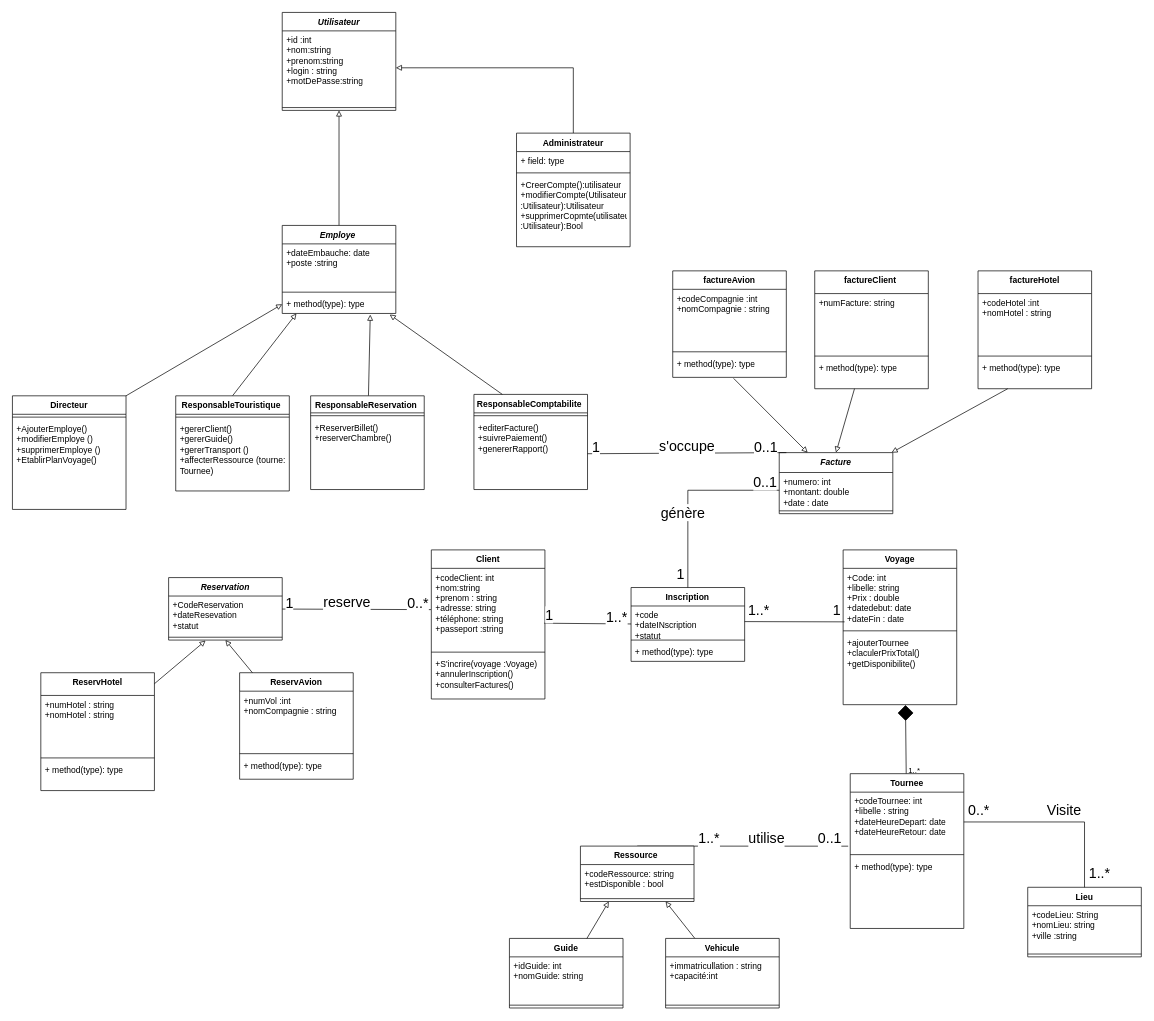
zeuss32/analyse-et-modelisation-lab1 keeps this draw.io diagram as page "TP4 Exo 2" (5 of 5) of Tp1 Analyse et modélisation.drawio. Above is the earlier version. Source tidied: cells renumbered, new cells numbered last; positions are measured from the earlier drawing's top-left corner, leaving out a move shared by most shapes. Both pictures are drawn from the tidied source at 71%, with x=0, y=0 at pixel (12, 12).
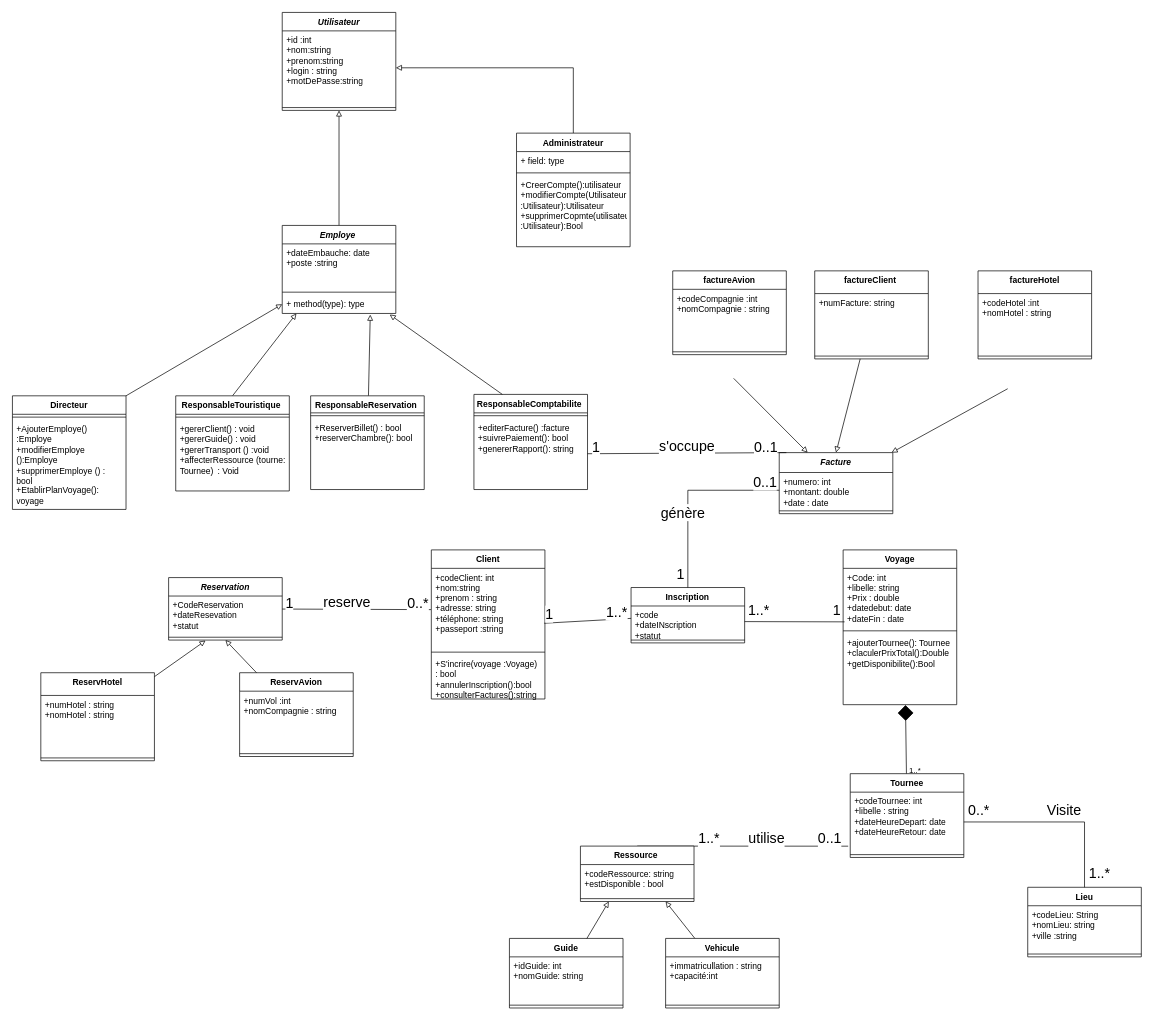
The same diagram, later.

Commit message (it also covers changes not shown here):
Mettre à jour Tp1 Analyse et modélisation.drawio

The change refers to these unchanged cells:
```xml
<mxCell id="6" value="Directeur" style="swimlane;fontStyle=1;align=center;verticalAlign=top;horizontal=1;startSize=26;whiteSpace=wrap;html=1;" parent="1" vertex="1">
  <mxGeometry y="540" width="160" height="160" as="geometry" />
</mxCell>
<mxCell id="10" value="ResponsableTouristique&amp;nbsp;" style="swimlane;fontStyle=1;align=center;verticalAlign=top;horizontal=1;startSize=26;whiteSpace=wrap;html=1;" parent="1" vertex="1">
  <mxGeometry x="230" y="540" width="160" height="134" as="geometry" />
</mxCell>
<mxCell id="14" value="ResponsableReservation&amp;nbsp;" style="swimlane;fontStyle=1;align=center;verticalAlign=top;horizontal=1;startSize=24;whiteSpace=wrap;html=1;" parent="1" vertex="1">
  <mxGeometry x="420" y="540" width="160" height="132" as="geometry" />
</mxCell>
<mxCell id="17" value="ResponsableComptabilite&amp;nbsp;" style="swimlane;fontStyle=1;align=center;verticalAlign=top;horizontal=1;startSize=26;whiteSpace=wrap;html=1;" parent="1" vertex="1">
  <mxGeometry x="650" y="538" width="160" height="134" as="geometry" />
</mxCell>
<mxCell id="26" value="&lt;i&gt;Facture&lt;/i&gt;" style="swimlane;fontStyle=1;align=center;verticalAlign=top;horizontal=1;startSize=28;whiteSpace=wrap;html=1;" parent="1" vertex="1">
  <mxGeometry x="1080" y="620" width="160" height="86" as="geometry" />
</mxCell>
<mxCell id="29" value="Client" style="swimlane;fontStyle=1;align=center;verticalAlign=top;horizontal=1;startSize=26;whiteSpace=wrap;html=1;" parent="1" vertex="1">
  <mxGeometry x="590" y="757" width="160" height="210" as="geometry" />
</mxCell>
<mxCell id="33" value="Voyage" style="swimlane;fontStyle=1;align=center;verticalAlign=top;horizontal=1;startSize=26;whiteSpace=wrap;html=1;" parent="1" vertex="1">
  <mxGeometry x="1170" y="757" width="160" height="218" as="geometry" />
</mxCell>
```

Change to the diagram source:
```diff
@@
-    <mxCell id="8" value="+AjouterEmploye()&amp;nbsp;&lt;div&gt;+modifierEmploye ()&amp;nbsp;&lt;/div&gt;&lt;div&gt;+supprimerEmploye ()&lt;/div&gt;&lt;div&gt;+EtablirPlanVoyage()&amp;nbsp;&lt;/div&gt;&lt;div&gt;&amp;nbsp;&lt;/div&gt;" style="text;strokeColor=none;fillColor=none;align=left;verticalAlign=top;spacingLeft=4;spacingRight=4;overflow=hidden;whiteSpace=wrap;html=1;" parent="6" vertex="1">
+    <mxCell id="8" value="+AjouterEmploye() :Employe&lt;div&gt;+modifierEmploye ():&lt;span style=&quot;background-color: transparent; color: light-dark(rgb(0, 0, 0), rgb(255, 255, 255));&quot;&gt;Employe&lt;/span&gt;&lt;span style=&quot;background-color: transparent; color: light-dark(rgb(0, 0, 0), rgb(255, 255, 255));&quot;&gt;&amp;nbsp;&lt;/span&gt;&lt;/div&gt;&lt;div&gt;+supprimerEmploye () : bool&lt;/div&gt;&lt;div&gt;+EtablirPlanVoyage(): voyage&amp;nbsp;&lt;/div&gt;&lt;div&gt;&amp;nbsp;&lt;/div&gt;" style="text;strokeColor=none;fillColor=none;align=left;verticalAlign=top;spacingLeft=4;spacingRight=4;overflow=hidden;whiteSpace=wrap;html=1;" parent="6" vertex="1">
       <mxGeometry y="34" width="160" height="126" as="geometry" />
     </mxCell>
@@
-    <mxCell id="12" value="+gererClient()&lt;br&gt;+gererGuide()&lt;div&gt;+gererTransport ()&lt;/div&gt;&lt;div&gt;+affecterRessource (tourne: Tournee)&lt;span style=&quot;white-space: pre;&quot;&gt;&#9;&lt;/span&gt;&lt;/div&gt;&lt;div&gt;&lt;br&gt;&lt;/div&gt;" style="text;strokeColor=none;fillColor=none;align=left;verticalAlign=top;spacingLeft=4;spacingRight=4;overflow=hidden;whiteSpace=wrap;html=1;" parent="10" vertex="1">
+    <mxCell id="12" value="+gererClient() : void&lt;br&gt;+gererGuide() : void&lt;div&gt;+gererTransport () :void&lt;/div&gt;&lt;div&gt;+affecterRessource (tourne: Tournee)&lt;span style=&quot;white-space: pre;&quot;&gt;&#9;&lt;/span&gt;: Void&lt;/div&gt;&lt;div&gt;&lt;br&gt;&lt;/div&gt;" style="text;strokeColor=none;fillColor=none;align=left;verticalAlign=top;spacingLeft=4;spacingRight=4;overflow=hidden;whiteSpace=wrap;html=1;" parent="10" vertex="1">
       <mxGeometry y="34" width="160" height="100" as="geometry" />
     </mxCell>
@@
-    <mxCell id="16" value="+ReserverBillet()&lt;div&gt;+reserverChambre&lt;span style=&quot;background-color: transparent; color: light-dark(rgb(0, 0, 0), rgb(255, 255, 255));&quot;&gt;()&lt;/span&gt;&lt;/div&gt;&lt;div&gt;&lt;span style=&quot;background-color: transparent; color: light-dark(rgb(0, 0, 0), rgb(255, 255, 255));&quot;&gt;&lt;br&gt;&lt;/span&gt;&lt;/div&gt;" style="text;strokeColor=none;fillColor=none;align=left;verticalAlign=top;spacingLeft=4;spacingRight=4;overflow=hidden;whiteSpace=wrap;html=1;" parent="14" vertex="1">
+    <mxCell id="16" value="+ReserverBillet() : bool&lt;div&gt;+reserverChambre&lt;span style=&quot;background-color: transparent; color: light-dark(rgb(0, 0, 0), rgb(255, 255, 255));&quot;&gt;(): bool&lt;/span&gt;&lt;/div&gt;&lt;div&gt;&lt;span style=&quot;background-color: transparent; color: light-dark(rgb(0, 0, 0), rgb(255, 255, 255));&quot;&gt;&lt;br&gt;&lt;/span&gt;&lt;/div&gt;" style="text;strokeColor=none;fillColor=none;align=left;verticalAlign=top;spacingLeft=4;spacingRight=4;overflow=hidden;whiteSpace=wrap;html=1;" parent="14" vertex="1">
       <mxGeometry y="32" width="160" height="100" as="geometry" />
     </mxCell>
@@
-    <mxCell id="19" value="+editerFacture()&lt;div&gt;+suivrePaiement()&lt;/div&gt;&lt;div&gt;+genererRapport()&lt;/div&gt;" style="text;strokeColor=none;fillColor=none;align=left;verticalAlign=top;spacingLeft=4;spacingRight=4;overflow=hidden;points=[[0,0.5],[1,0.5]];portConstraint=eastwest;whiteSpace=wrap;html=1;" parent="17" vertex="1">
+    <mxCell id="19" value="+editerFacture() :facture&amp;nbsp;&lt;div&gt;+suivrePaiement(): bool&lt;/div&gt;&lt;div&gt;+genererRapport(): string&lt;/div&gt;" style="text;strokeColor=none;fillColor=none;align=left;verticalAlign=top;spacingLeft=4;spacingRight=4;overflow=hidden;points=[[0,0.5],[1,0.5]];portConstraint=eastwest;whiteSpace=wrap;html=1;" parent="17" vertex="1">
       <mxGeometry y="34" width="160" height="100" as="geometry" />
     </mxCell>
@@
-    <mxCell id="25" style="rounded=0;jettySize=auto;html=1;endArrow=block;endFill=0;" parent="1" edge="1" source="63" target="26">
-      <mxGeometry relative="1" as="geometry" />
+    <mxCell id="25" style="rounded=0;jettySize=auto;html=1;endArrow=block;endFill=0;" parent="1" edge="1" target="26">
+      <mxGeometry relative="1" as="geometry">
+        <mxPoint x="1401.8" y="530" as="sourcePoint" />
+      </mxGeometry>
     </mxCell>
@@
-    <mxCell id="32" value="+S'incrire(voyage :Voyage)&amp;nbsp;&lt;div&gt;+annulerInscription()&lt;/div&gt;&lt;div&gt;+consulterFactures()&lt;/div&gt;" style="text;strokeColor=none;fillColor=none;align=left;verticalAlign=top;spacingLeft=4;spacingRight=4;overflow=hidden;whiteSpace=wrap;html=1;" parent="29" vertex="1">
+    <mxCell id="32" value="+S'incrire(voyage :Voyage) : bool&amp;nbsp;&lt;div&gt;+annulerInscription():bool&lt;/div&gt;&lt;div&gt;+consulterFactures():string&lt;/div&gt;" style="text;strokeColor=none;fillColor=none;align=left;verticalAlign=top;spacingLeft=4;spacingRight=4;overflow=hidden;whiteSpace=wrap;html=1;" parent="29" vertex="1">
       <mxGeometry y="148" width="160" height="62" as="geometry" />
     </mxCell>
@@
-    <mxCell id="36" value="+ajouterTournee&lt;div&gt;+claculerPrixTotal()&lt;/div&gt;&lt;div&gt;+getDisponibilite()&lt;/div&gt;&lt;div&gt;&lt;br&gt;&lt;/div&gt;" style="text;strokeColor=none;fillColor=none;align=left;verticalAlign=top;spacingLeft=4;spacingRight=4;overflow=hidden;points=[[0,0.5],[1,0.5]];portConstraint=eastwest;whiteSpace=wrap;html=1;" parent="33" vertex="1">
+    <mxCell id="36" value="+ajouterTournee(): Tournee&lt;div&gt;+claculerPrixTotal():Double&lt;/div&gt;&lt;div&gt;+getDisponibilite():Bool&lt;/div&gt;&lt;div&gt;&lt;br&gt;&lt;/div&gt;" style="text;strokeColor=none;fillColor=none;align=left;verticalAlign=top;spacingLeft=4;spacingRight=4;overflow=hidden;points=[[0,0.5],[1,0.5]];portConstraint=eastwest;whiteSpace=wrap;html=1;" parent="33" vertex="1">
       <mxGeometry y="118" width="160" height="100" as="geometry" />
     </mxCell>
@@
     <mxCell id="39" value="Tournee" style="swimlane;fontStyle=1;align=center;verticalAlign=top;horizontal=1;startSize=26;whiteSpace=wrap;html=1;" parent="1" vertex="1">
-      <mxGeometry x="1180" y="1072.2" width="160" height="218" as="geometry" />
+      <mxGeometry x="1180" y="1072.2" width="160" height="118" as="geometry" />
     </mxCell>
@@
-    <mxCell id="42" value="+ method(type): type" style="text;strokeColor=none;fillColor=none;align=left;verticalAlign=top;spacingLeft=4;spacingRight=4;overflow=hidden;whiteSpace=wrap;html=1;" parent="39" vertex="1">
-      <mxGeometry y="118" width="160" height="100" as="geometry" />
-    </mxCell>
@@
     <mxCell id="56" value="factureAvion" style="swimlane;fontStyle=1;align=center;verticalAlign=top;horizontal=1;startSize=26;whiteSpace=wrap;html=1;" parent="1" vertex="1">
-      <mxGeometry x="930" y="364" width="160" height="150" as="geometry" />
+      <mxGeometry x="930" y="364" width="160" height="118" as="geometry" />
     </mxCell>
@@
-    <mxCell id="59" value="+ method(type): type" style="text;strokeColor=none;fillColor=none;align=left;verticalAlign=top;spacingLeft=4;spacingRight=4;overflow=hidden;points=[[0,0.5],[1,0.5]];portConstraint=eastwest;whiteSpace=wrap;html=1;" parent="56" vertex="1">
-      <mxGeometry y="118" width="160" height="32" as="geometry" />
-    </mxCell>
     <mxCell id="60" value="&lt;div&gt;&lt;span style=&quot;background-color: transparent; color: light-dark(rgb(0, 0, 0), rgb(255, 255, 255));&quot;&gt;factureHotel&lt;/span&gt;&lt;/div&gt;" style="swimlane;fontStyle=1;align=center;verticalAlign=top;horizontal=1;startSize=32;whiteSpace=wrap;html=1;" parent="1" vertex="1">
-      <mxGeometry x="1360" y="364" width="160" height="166" as="geometry" />
+      <mxGeometry x="1360" y="364" width="160" height="124" as="geometry" />
     </mxCell>
@@
-    <mxCell id="63" value="+ method(type): type" style="text;strokeColor=none;fillColor=none;align=left;verticalAlign=top;spacingLeft=4;spacingRight=4;overflow=hidden;points=[[0,0.5],[1,0.5]];portConstraint=eastwest;whiteSpace=wrap;html=1;" parent="60" vertex="1">
-      <mxGeometry y="124" width="160" height="42" as="geometry" />
-    </mxCell>
@@
     <mxCell id="74" value="Inscription" style="swimlane;fontStyle=1;align=center;verticalAlign=top;horizontal=1;startSize=26;whiteSpace=wrap;html=1;" parent="1" vertex="1">
-      <mxGeometry x="871.3" y="810" width="160" height="104" as="geometry" />
+      <mxGeometry x="871.3" y="810" width="160" height="78" as="geometry" />
     </mxCell>
@@
-    <mxCell id="77" value="+ method(type): type" style="text;strokeColor=none;fillColor=none;align=left;verticalAlign=top;spacingLeft=4;spacingRight=4;overflow=hidden;whiteSpace=wrap;html=1;" parent="74" vertex="1">
-      <mxGeometry y="78" width="160" height="26" as="geometry" />
-    </mxCell>
@@
-    <mxCell id="82" style="rounded=0;jettySize=auto;html=1;entryX=0.25;entryY=0;entryDx=0;entryDy=0;exitX=0.536;exitY=1.045;exitDx=0;exitDy=0;endArrow=block;endFill=0;exitPerimeter=0;" parent="1" edge="1" source="59" target="26">
-      <mxGeometry relative="1" as="geometry" />
+    <mxCell id="82" style="rounded=0;jettySize=auto;html=1;entryX=0.25;entryY=0;entryDx=0;entryDy=0;exitX=0.536;exitY=1.045;exitDx=0;exitDy=0;endArrow=block;endFill=0;exitPerimeter=0;" parent="1" edge="1" target="26">
+      <mxGeometry relative="1" as="geometry">
+        <mxPoint x="1015.8" y="515.4" as="sourcePoint" />
+      </mxGeometry>
     </mxCell>
@@
     <mxCell id="98" value="&lt;div&gt;&lt;span style=&quot;background-color: transparent; color: light-dark(rgb(0, 0, 0), rgb(255, 255, 255));&quot;&gt;ReservHotel&lt;/span&gt;&lt;/div&gt;" style="swimlane;fontStyle=1;align=center;verticalAlign=top;horizontal=1;startSize=32;whiteSpace=wrap;html=1;" parent="1" vertex="1">
-      <mxGeometry x="40" y="930" width="160" height="166" as="geometry" />
+      <mxGeometry x="40" y="930" width="160" height="124" as="geometry" />
     </mxCell>
@@
-    <mxCell id="101" value="+ method(type): type" style="text;strokeColor=none;fillColor=none;align=left;verticalAlign=top;spacingLeft=4;spacingRight=4;overflow=hidden;whiteSpace=wrap;html=1;" parent="98" vertex="1">
-      <mxGeometry y="124" width="160" height="42" as="geometry" />
-    </mxCell>
     <mxCell id="102" value="ReservAvion" style="swimlane;fontStyle=1;align=center;verticalAlign=top;horizontal=1;startSize=26;whiteSpace=wrap;html=1;" parent="1" vertex="1">
-      <mxGeometry x="320" y="930" width="160" height="150" as="geometry" />
+      <mxGeometry x="320" y="930" width="160" height="118" as="geometry" />
     </mxCell>
@@
-    <mxCell id="105" value="+ method(type): type" style="text;strokeColor=none;fillColor=none;align=left;verticalAlign=top;spacingLeft=4;spacingRight=4;overflow=hidden;whiteSpace=wrap;html=1;" parent="102" vertex="1">
-      <mxGeometry y="118" width="160" height="32" as="geometry" />
-    </mxCell>
@@
     <mxCell id="109" value="&lt;div&gt;&lt;span style=&quot;background-color: transparent; color: light-dark(rgb(0, 0, 0), rgb(255, 255, 255));&quot;&gt;factureClient&amp;nbsp;&lt;/span&gt;&lt;/div&gt;" style="swimlane;fontStyle=1;align=center;verticalAlign=top;horizontal=1;startSize=32;whiteSpace=wrap;html=1;" parent="1" vertex="1">
-      <mxGeometry x="1130" y="364" width="160" height="166" as="geometry" />
+      <mxGeometry x="1130" y="364" width="160" height="124" as="geometry" />
     </mxCell>
@@
-    <mxCell id="112" value="+ method(type): type" style="text;strokeColor=none;fillColor=none;align=left;verticalAlign=top;spacingLeft=4;spacingRight=4;overflow=hidden;whiteSpace=wrap;html=1;" parent="109" vertex="1">
-      <mxGeometry y="124" width="160" height="42" as="geometry" />
-    </mxCell>
```
